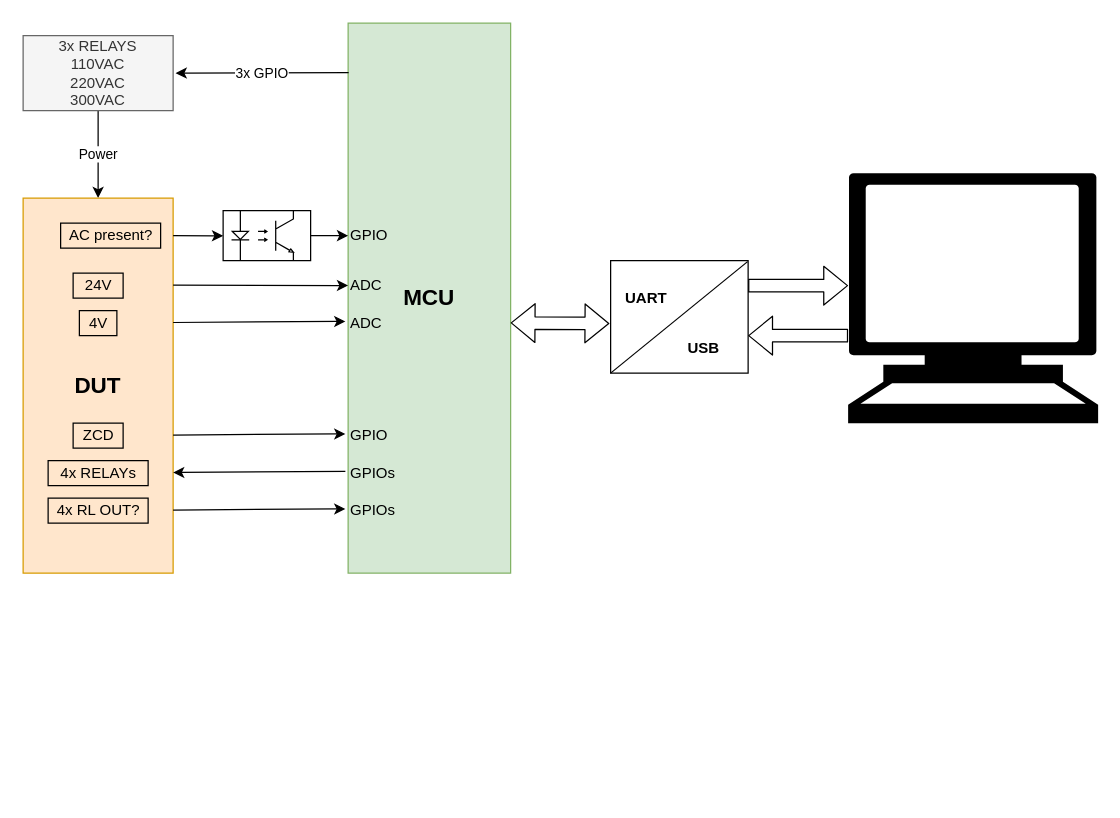
Before: Detail of HW auto test tool.drawio in anhvanthe/01_my_drawio, a draw.io diagram. Source tidied: cells renumbered, new cells numbered last; positions are measured from the earlier drawing's top-left corner, leaving out a move shared by most shapes. Both pictures are drawn from the tidied source at 125%, with x=0, y=0 at pixel (22, 22).
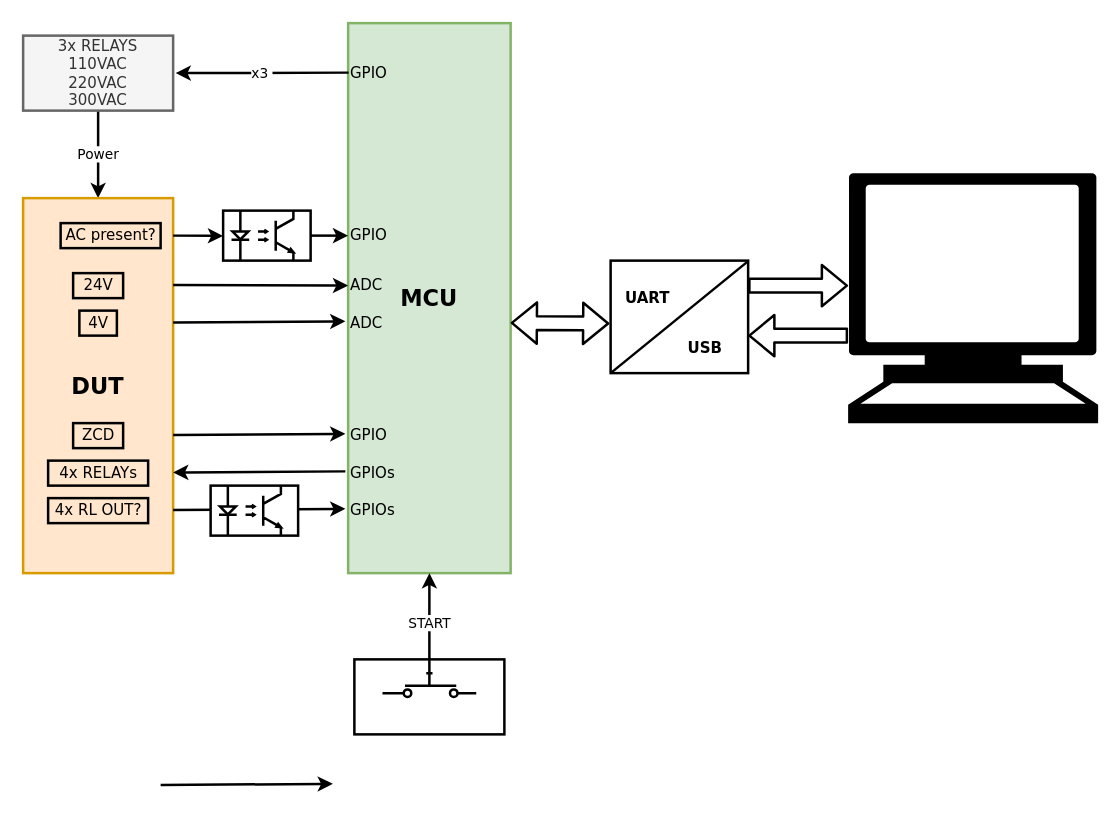
The same diagram, later.

Change to the diagram source:
```diff
@@
+    <mxCell id="35" style="rounded=0;whiteSpace=wrap;html=1;strokeWidth=2;fontFamily=Verdana;" parent="1" vertex="1">
+      <mxGeometry x="265" y="509" width="120" height="60" as="geometry" />
+    </mxCell>
-    <mxCell id="2" value="&lt;font style=&quot;font-size: 18px&quot;&gt;&lt;b&gt;MCU&lt;/b&gt;&lt;/font&gt;" style="rounded=0;whiteSpace=wrap;html=1;fillColor=#d5e8d4;strokeColor=#82b366;" parent="1" vertex="1">
+    <mxCell id="2" value="&lt;font style=&quot;font-size: 18px&quot;&gt;&lt;b&gt;MCU&lt;/b&gt;&lt;/font&gt;" style="rounded=0;whiteSpace=wrap;html=1;fillColor=#d5e8d4;strokeColor=#82b366;fontFamily=Verdana;strokeWidth=2;" parent="1" vertex="1">
       <mxGeometry x="260" width="130" height="440" as="geometry" />
     </mxCell>
-    <mxCell id="3" value="3x GPIO" style="endArrow=classic;html=1;exitX=0.003;exitY=0.09;exitDx=0;exitDy=0;exitPerimeter=0;" parent="1" edge="1" source="2">
+    <mxCell id="3" value="x3&amp;nbsp;" style="endArrow=classic;html=1;exitX=0.003;exitY=0.09;exitDx=0;exitDy=0;exitPerimeter=0;fontFamily=Verdana;strokeWidth=2;" parent="1" edge="1" source="2">
       <mxGeometry relative="1" as="geometry">
         <mxPoint x="122" y="40" as="targetPoint" />
       </mxGeometry>
     </mxCell>
-    <mxCell id="4" value="Power" style="edgeStyle=orthogonalEdgeStyle;rounded=0;jettySize=auto;html=1;" parent="1" edge="1" source="5" target="6">
+    <mxCell id="4" value="Power" style="edgeStyle=orthogonalEdgeStyle;rounded=0;jettySize=auto;html=1;fontFamily=Verdana;strokeWidth=2;" parent="1" edge="1" source="5" target="6">
       <mxGeometry relative="1" as="geometry" />
     </mxCell>
-    <mxCell id="5" value="3x RELAYS&lt;br&gt;110VAC&lt;br&gt;220VAC&lt;br&gt;300VAC" style="rounded=0;whiteSpace=wrap;html=1;fillColor=#f5f5f5;strokeColor=#666666;fontColor=#333333;" parent="1" vertex="1">
+    <mxCell id="5" value="3x RELAYS&lt;br&gt;110VAC&lt;br&gt;220VAC&lt;br&gt;300VAC" style="rounded=0;whiteSpace=wrap;html=1;fillColor=#f5f5f5;strokeColor=#666666;fontColor=#333333;fontFamily=Verdana;strokeWidth=2;" parent="1" vertex="1">
       <mxGeometry y="10" width="120" height="60" as="geometry" />
     </mxCell>
-    <mxCell id="6" value="&lt;font style=&quot;font-size: 18px&quot;&gt;&lt;b&gt;DUT&lt;/b&gt;&lt;/font&gt;" style="rounded=0;whiteSpace=wrap;html=1;fillColor=#ffe6cc;strokeColor=#d79b00;" parent="1" vertex="1">
+    <mxCell id="6" value="&lt;font style=&quot;font-size: 18px&quot;&gt;&lt;b&gt;DUT&lt;/b&gt;&lt;/font&gt;" style="rounded=0;whiteSpace=wrap;html=1;fillColor=#ffe6cc;strokeColor=#d79b00;fontFamily=Verdana;strokeWidth=2;" parent="1" vertex="1">
       <mxGeometry y="140" width="120" height="300" as="geometry" />
     </mxCell>
-    <mxCell id="7" value="AC present?" style="text;html=1;align=center;verticalAlign=top;spacingTop=-4;rounded=0;strokeColor=#000000;" parent="1" vertex="1">
+    <mxCell id="7" value="AC present?" style="text;html=1;align=center;verticalAlign=top;spacingTop=-4;rounded=0;strokeColor=#000000;fontFamily=Verdana;strokeWidth=2;" parent="1" vertex="1">
       <mxGeometry x="30" y="160" width="80" height="20" as="geometry" />
     </mxCell>
-    <mxCell id="8" style="verticalLabelPosition=bottom;shadow=0;dashed=0;align=center;fillColor=#ffffff;html=1;verticalAlign=top;strokeWidth=1;shape=mxgraph.electrical.opto_electronics.opto-coupler;" parent="1" vertex="1">
+    <mxCell id="8" style="verticalLabelPosition=bottom;shadow=0;dashed=0;align=center;fillColor=#ffffff;html=1;verticalAlign=top;strokeWidth=2;shape=mxgraph.electrical.opto_electronics.opto-coupler;fontFamily=Verdana;" parent="1" vertex="1">
       <mxGeometry x="160" y="150" width="70" height="40" as="geometry" />
     </mxCell>
-    <mxCell id="9" style="endArrow=classic;html=1;" parent="1" edge="1" target="11">
+    <mxCell id="9" style="endArrow=classic;html=1;fontFamily=Verdana;strokeWidth=2;" parent="1" edge="1" target="11">
       <mxGeometry relative="1" as="geometry">
         <mxPoint x="230" y="170" as="sourcePoint" />
       </mxGeometry>
     </mxCell>
-    <mxCell id="10" style="endArrow=classic;html=1;entryX=0;entryY=0.505;entryDx=0;entryDy=0;entryPerimeter=0;" parent="1" edge="1" target="8">
+    <mxCell id="10" style="endArrow=classic;html=1;entryX=0;entryY=0.505;entryDx=0;entryDy=0;entryPerimeter=0;fontFamily=Verdana;strokeWidth=2;" parent="1" edge="1" target="8">
       <mxGeometry relative="1" as="geometry">
         <mxPoint x="120" y="170" as="sourcePoint" />
       </mxGeometry>
     </mxCell>
-    <mxCell id="11" value="GPIO" style="text;html=1;points=[];align=left;verticalAlign=top;spacingTop=-4;" parent="1" vertex="1">
+    <mxCell id="11" value="GPIO" style="text;html=1;points=[];align=left;verticalAlign=top;spacingTop=-4;fontFamily=Verdana;strokeWidth=2;" parent="1" vertex="1">
       <mxGeometry x="260" y="160" width="50" height="20" as="geometry" />
     </mxCell>
-    <mxCell id="12" value="24V" style="text;html=1;align=center;verticalAlign=top;spacingTop=-4;rounded=0;fillColor=none;strokeColor=#000000;" parent="1" vertex="1">
+    <mxCell id="12" value="24V" style="text;html=1;align=center;verticalAlign=top;spacingTop=-4;rounded=0;fillColor=none;strokeColor=#000000;fontFamily=Verdana;strokeWidth=2;" parent="1" vertex="1">
       <mxGeometry x="40" y="200" width="40" height="20" as="geometry" />
     </mxCell>
-    <mxCell id="13" style="endArrow=classic;html=1;" parent="1" edge="1" target="14">
+    <mxCell id="13" style="endArrow=classic;html=1;fontFamily=Verdana;strokeWidth=2;" parent="1" edge="1" target="14">
       <mxGeometry relative="1" as="geometry">
         <mxPoint x="120" y="209.5" as="sourcePoint" />
       </mxGeometry>
     </mxCell>
-    <mxCell id="14" value="ADC" style="text;html=1;points=[];align=left;verticalAlign=top;spacingTop=-4;" parent="1" vertex="1">
+    <mxCell id="14" value="ADC" style="text;html=1;points=[];align=left;verticalAlign=top;spacingTop=-4;fontFamily=Verdana;strokeWidth=2;" parent="1" vertex="1">
       <mxGeometry x="260" y="200" width="40" height="20" as="geometry" />
     </mxCell>
-    <mxCell id="15" value="4V" style="text;html=1;align=center;verticalAlign=top;spacingTop=-4;rounded=0;fillColor=none;strokeColor=#000000;" parent="1" vertex="1">
+    <mxCell id="15" value="4V" style="text;html=1;align=center;verticalAlign=top;spacingTop=-4;rounded=0;fillColor=none;strokeColor=#000000;fontFamily=Verdana;strokeWidth=2;" parent="1" vertex="1">
       <mxGeometry x="45" y="230" width="30" height="20" as="geometry" />
     </mxCell>
-    <mxCell id="16" style="endArrow=classic;html=1;entryX=-0.018;entryY=0.342;entryDx=0;entryDy=0;entryPerimeter=0;" parent="1" edge="1">
+    <mxCell id="16" style="endArrow=classic;html=1;entryX=-0.018;entryY=0.342;entryDx=0;entryDy=0;entryPerimeter=0;fontFamily=Verdana;strokeWidth=2;" parent="1" edge="1">
       <mxGeometry relative="1" as="geometry">
         <mxPoint x="120" y="239.5" as="sourcePoint" />
         <mxPoint x="257.8" y="238.6" as="targetPoint" />
       </mxGeometry>
     </mxCell>
-    <mxCell id="17" value="ADC" style="text;html=1;align=left;verticalAlign=top;spacingTop=-4;" parent="1" vertex="1">
+    <mxCell id="17" value="ADC" style="text;html=1;align=left;verticalAlign=top;spacingTop=-4;fontFamily=Verdana;strokeWidth=2;" parent="1" vertex="1">
       <mxGeometry x="260" y="230" width="40" height="20" as="geometry" />
     </mxCell>
-    <mxCell id="18" value="ZCD" style="text;html=1;align=center;verticalAlign=top;spacingTop=-4;rounded=0;fillColor=none;strokeColor=#000000;" parent="1" vertex="1">
+    <mxCell id="18" value="ZCD" style="text;html=1;align=center;verticalAlign=top;spacingTop=-4;rounded=0;fillColor=none;strokeColor=#000000;fontFamily=Verdana;strokeWidth=2;" parent="1" vertex="1">
       <mxGeometry x="40" y="320" width="40" height="20" as="geometry" />
     </mxCell>
-    <mxCell id="19" style="endArrow=classic;html=1;entryX=-0.018;entryY=0.342;entryDx=0;entryDy=0;entryPerimeter=0;" parent="1" edge="1">
+    <mxCell id="19" style="endArrow=classic;html=1;entryX=-0.018;entryY=0.342;entryDx=0;entryDy=0;entryPerimeter=0;fontFamily=Verdana;strokeWidth=2;" parent="1" edge="1">
       <mxGeometry relative="1" as="geometry">
         <mxPoint x="120" y="329.5" as="sourcePoint" />
         <mxPoint x="257.8" y="328.6" as="targetPoint" />
       </mxGeometry>
     </mxCell>
-    <mxCell id="20" value="GPIO" style="text;html=1;align=left;verticalAlign=top;spacingTop=-4;" parent="1" vertex="1">
+    <mxCell id="20" value="GPIO" style="text;html=1;align=left;verticalAlign=top;spacingTop=-4;fontFamily=Verdana;strokeWidth=2;" parent="1" vertex="1">
       <mxGeometry x="260" y="320" width="50" height="20" as="geometry" />
     </mxCell>
-    <mxCell id="21" value="4x RELAYs" style="text;html=1;align=center;verticalAlign=top;spacingTop=-4;rounded=0;fillColor=none;strokeColor=#000000;" parent="1" vertex="1">
+    <mxCell id="21" value="4x RELAYs" style="text;html=1;align=center;verticalAlign=top;spacingTop=-4;rounded=0;fillColor=none;strokeColor=#000000;fontFamily=Verdana;strokeWidth=2;" parent="1" vertex="1">
       <mxGeometry x="20" y="350" width="80" height="20" as="geometry" />
     </mxCell>
-    <mxCell id="22" style="endArrow=classic;html=1;entryX=-0.018;entryY=0.342;entryDx=0;entryDy=0;entryPerimeter=0;" parent="1" edge="1">
+    <mxCell id="22" style="endArrow=classic;html=1;entryX=-0.018;entryY=0.342;entryDx=0;entryDy=0;entryPerimeter=0;fontFamily=Verdana;strokeWidth=2;" parent="1" edge="1">
       <mxGeometry relative="1" as="geometry">
         <mxPoint x="257.8" y="358.6" as="sourcePoint" />
         <mxPoint x="120" y="359.5" as="targetPoint" />
       </mxGeometry>
     </mxCell>
-    <mxCell id="23" value="GPIOs" style="text;html=1;align=left;verticalAlign=top;spacingTop=-4;" parent="1" vertex="1">
+    <mxCell id="23" value="GPIOs" style="text;html=1;align=left;verticalAlign=top;spacingTop=-4;fontFamily=Verdana;strokeWidth=2;" parent="1" vertex="1">
       <mxGeometry x="260" y="350" width="50" height="20" as="geometry" />
     </mxCell>
-    <mxCell id="24" value="4x RL OUT?" style="text;html=1;align=center;verticalAlign=top;spacingTop=-4;rounded=0;fillColor=none;strokeColor=#000000;" parent="1" vertex="1">
+    <mxCell id="24" value="4x RL OUT?" style="text;html=1;align=center;verticalAlign=top;spacingTop=-4;rounded=0;fillColor=none;strokeColor=#000000;fontFamily=Verdana;strokeWidth=2;" parent="1" vertex="1">
       <mxGeometry x="20" y="380" width="80" height="20" as="geometry" />
     </mxCell>
-    <mxCell id="25" style="endArrow=classic;html=1;entryX=-0.018;entryY=0.342;entryDx=0;entryDy=0;entryPerimeter=0;" parent="1" edge="1">
+    <mxCell id="25" style="endArrow=classic;html=1;entryX=-0.018;entryY=0.342;entryDx=0;entryDy=0;entryPerimeter=0;fontFamily=Verdana;strokeWidth=2;" parent="1" edge="1">
       <mxGeometry relative="1" as="geometry">
         <mxPoint x="120" y="389.5" as="sourcePoint" />
         <mxPoint x="257.8" y="388.6" as="targetPoint" />
       </mxGeometry>
     </mxCell>
-    <mxCell id="26" value="GPIOs" style="text;html=1;align=left;verticalAlign=top;spacingTop=-4;" parent="1" vertex="1">
+    <mxCell id="26" value="GPIOs" style="text;html=1;align=left;verticalAlign=top;spacingTop=-4;fontFamily=Verdana;strokeWidth=2;" parent="1" vertex="1">
       <mxGeometry x="260" y="380" width="50" height="20" as="geometry" />
     </mxCell>
-    <mxCell id="27" style="rounded=0;whiteSpace=wrap;html=1;strokeColor=#000000;fillColor=none;align=center;" parent="1" vertex="1">
+    <mxCell id="27" style="rounded=0;whiteSpace=wrap;html=1;strokeColor=#000000;fillColor=none;align=center;fontFamily=Verdana;strokeWidth=2;" parent="1" vertex="1">
       <mxGeometry x="470" y="190" width="110" height="90" as="geometry" />
     </mxCell>
-    <mxCell id="28" style="endArrow=none;html=1;entryX=0.996;entryY=0.009;entryDx=0;entryDy=0;entryPerimeter=0;" parent="1" edge="1" target="27">
+    <mxCell id="28" style="endArrow=none;html=1;entryX=0.996;entryY=0.009;entryDx=0;entryDy=0;entryPerimeter=0;fontFamily=Verdana;strokeWidth=2;" parent="1" edge="1" target="27">
       <mxGeometry relative="1" as="geometry">
         <mxPoint x="470" y="280" as="sourcePoint" />
       </mxGeometry>
     </mxCell>
-    <mxCell id="29" value="UART" style="text;html=1;align=left;verticalAlign=top;spacingTop=-4;fontStyle=1;" parent="1" vertex="1">
+    <mxCell id="29" value="UART" style="text;html=1;align=left;verticalAlign=top;spacingTop=-4;fontStyle=1;fontFamily=Verdana;strokeWidth=2;" parent="1" vertex="1">
       <mxGeometry x="480" y="210" width="50" height="20" as="geometry" />
     </mxCell>
-    <mxCell id="30" value="USB" style="text;html=1;align=left;verticalAlign=top;spacingTop=-4;fontStyle=1;" parent="1" vertex="1">
+    <mxCell id="30" value="USB" style="text;html=1;align=left;verticalAlign=top;spacingTop=-4;fontStyle=1;fontFamily=Verdana;strokeWidth=2;" parent="1" vertex="1">
       <mxGeometry x="530" y="250" width="40" height="20" as="geometry" />
     </mxCell>
-    <mxCell id="31" style="shape=mxgraph.signs.tech.computer;html=1;fillColor=#000000;strokeColor=none;verticalLabelPosition=bottom;verticalAlign=top;align=center;rounded=0;" parent="1" vertex="1">
+    <mxCell id="31" style="shape=mxgraph.signs.tech.computer;html=1;fillColor=#000000;strokeColor=none;verticalLabelPosition=bottom;verticalAlign=top;align=center;rounded=0;fontFamily=Verdana;strokeWidth=2;" parent="1" vertex="1">
       <mxGeometry x="660" y="120" width="200" height="200" as="geometry" />
     </mxCell>
-    <mxCell id="32" style="shape=flexArrow;endArrow=classic;html=1;entryX=0;entryY=0.45;entryDx=0;entryDy=0;entryPerimeter=0;" parent="1" edge="1" target="31">
+    <mxCell id="32" style="shape=flexArrow;endArrow=classic;html=1;entryX=0;entryY=0.45;entryDx=0;entryDy=0;entryPerimeter=0;fontFamily=Verdana;strokeWidth=2;" parent="1" edge="1" target="31">
       <mxGeometry relative="1" as="geometry">
         <mxPoint x="580" y="210" as="sourcePoint" />
       </mxGeometry>
     </mxCell>
-    <mxCell id="33" style="shape=flexArrow;endArrow=classic;html=1;entryX=0;entryY=0.45;entryDx=0;entryDy=0;entryPerimeter=0;" parent="1" edge="1">
+    <mxCell id="33" style="shape=flexArrow;endArrow=classic;html=1;entryX=0;entryY=0.45;entryDx=0;entryDy=0;entryPerimeter=0;fontFamily=Verdana;strokeWidth=2;" parent="1" edge="1">
       <mxGeometry relative="1" as="geometry">
         <mxPoint x="660" y="250" as="sourcePoint" />
         <mxPoint x="580" y="250" as="targetPoint" />
       </mxGeometry>
     </mxCell>
-    <mxCell id="34" style="shape=flexArrow;endArrow=classic;startArrow=classic;html=1;entryX=-0.009;entryY=0.559;entryDx=0;entryDy=0;entryPerimeter=0;exitX=1;exitY=0.545;exitDx=0;exitDy=0;exitPerimeter=0;" parent="1" edge="1" source="2" target="27">
+    <mxCell id="34" style="shape=flexArrow;endArrow=classic;startArrow=classic;html=1;entryX=-0.009;entryY=0.559;entryDx=0;entryDy=0;entryPerimeter=0;exitX=1;exitY=0.545;exitDx=0;exitDy=0;exitPerimeter=0;fontFamily=Verdana;strokeWidth=2;" parent="1" edge="1" source="2" target="27">
       <mxGeometry relative="1" as="geometry" />
     </mxCell>
+    <mxCell id="36" value="GPIO" style="text;html=1;align=left;verticalAlign=top;spacingTop=-4;fontFamily=Verdana;strokeWidth=2;" parent="1" vertex="1">
+      <mxGeometry x="260" y="30" width="50" height="20" as="geometry" />
+    </mxCell>
+    <mxCell id="37" value="START" style="edgeStyle=orthogonalEdgeStyle;rounded=0;jettySize=auto;html=1;strokeWidth=2;fontFamily=Verdana;" parent="1" edge="1" source="38" target="2">
+      <mxGeometry relative="1" as="geometry" />
+    </mxCell>
+    <mxCell id="38" style="verticalLabelPosition=bottom;shadow=0;dashed=0;align=center;html=1;verticalAlign=top;shape=mxgraph.electrical.electro-mechanical.push_switch_no;strokeWidth=2;fontFamily=Verdana;" parent="1" vertex="1">
+      <mxGeometry x="287.5" y="520" width="75" height="19" as="geometry" />
+    </mxCell>
+    <mxCell id="39" style="verticalLabelPosition=bottom;shadow=0;dashed=0;align=center;fillColor=#ffffff;html=1;verticalAlign=top;strokeWidth=2;shape=mxgraph.electrical.opto_electronics.opto-coupler;fontFamily=Verdana;" parent="1" vertex="1">
+      <mxGeometry x="150" y="370" width="70" height="40" as="geometry" />
+    </mxCell>
+    <mxCell id="40" style="endArrow=classic;html=1;entryX=-0.018;entryY=0.342;entryDx=0;entryDy=0;entryPerimeter=0;fontFamily=Verdana;strokeWidth=2;" parent="1" edge="1">
+      <mxGeometry relative="1" as="geometry">
+        <mxPoint x="110" y="609.5" as="sourcePoint" />
+        <mxPoint x="247.8" y="608.6" as="targetPoint" />
+      </mxGeometry>
+    </mxCell>
```
